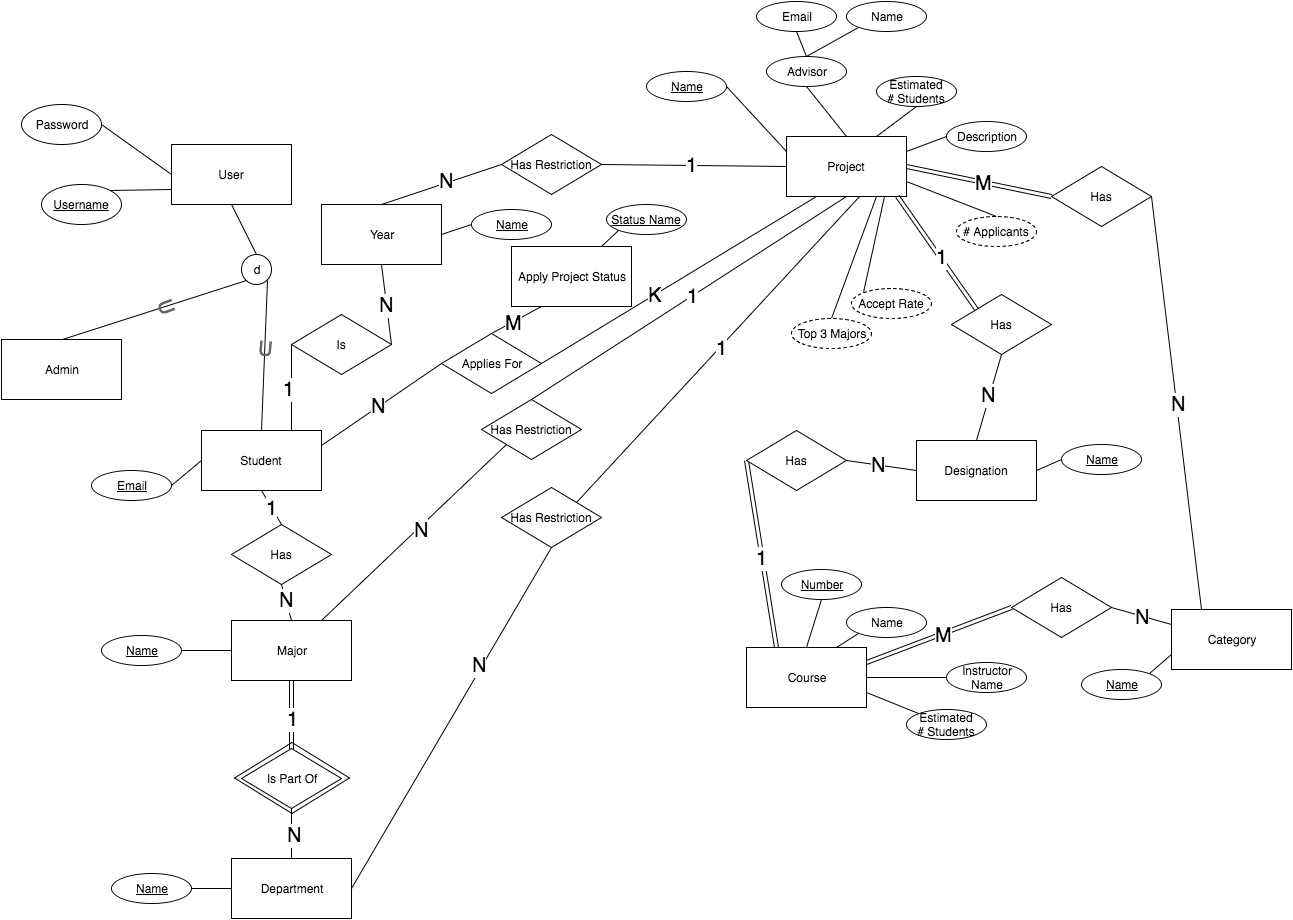
The draw.io diagram phase1/ER.png in lusean/CS4400-Project, before a commit. Source tidied: cells renumbered, new cells last; positions are measured from the earlier drawing's top-left corner, leaving out a move shared by most shapes.
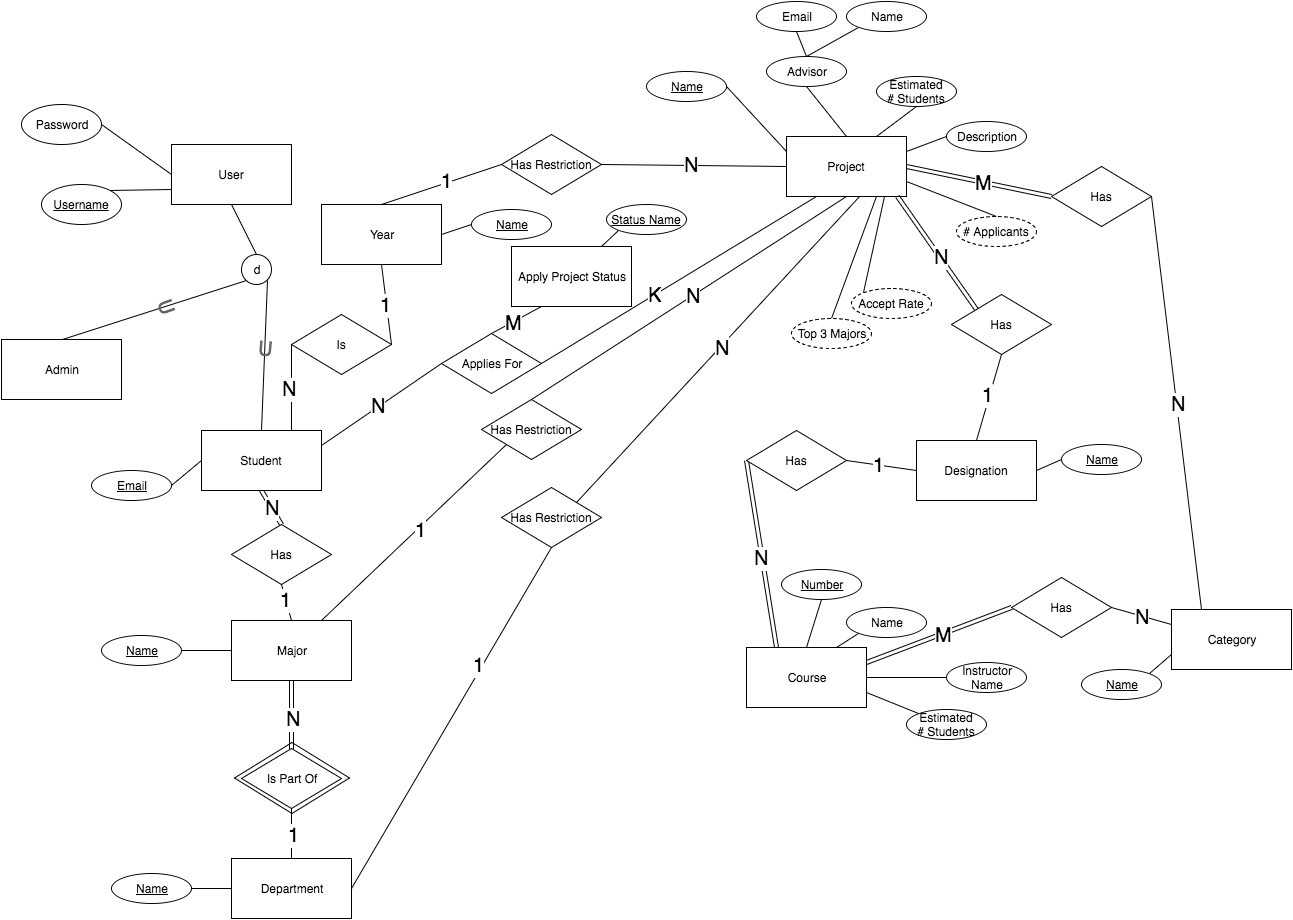
The same file after the commit.

The edit, as a diff of the source:
```diff
@@ -17,10 +17,10 @@
     <mxCell id="6" value="User" style="whiteSpace=wrap;html=1;" parent="1" vertex="1">
       <mxGeometry x="170" y="143" width="120" height="60" as="geometry" />
     </mxCell>
-    <mxCell id="7" style="edgeStyle=none;rounded=0;comic=0;html=1;exitX=0.5;exitY=1;entryX=0.5;entryY=0;shadow=0;endArrow=none;endFill=0;jettySize=auto;strokeColor=#000000;" parent="1" edge="1" source="13" target="33">
+    <mxCell id="7" style="edgeStyle=none;rounded=0;comic=0;html=1;exitX=0.5;exitY=1;entryX=0.5;entryY=0;shadow=0;endArrow=none;endFill=0;jettySize=auto;strokeColor=#000000;shape=link;" parent="1" edge="1" source="13" target="33">
       <mxGeometry relative="1" as="geometry" />
     </mxCell>
-    <mxCell id="8" value="1" style="text;html=1;align=center;verticalAlign=middle;labelBackgroundColor=#ffffff;fontSize=20;" parent="7" vertex="1">
+    <mxCell id="8" value="N" style="text;html=1;align=center;verticalAlign=middle;labelBackgroundColor=#ffffff;fontSize=20;" parent="7" vertex="1">
       <mxGeometry relative="1" as="geometry" />
     </mxCell>
     <mxCell id="9" style="edgeStyle=none;rounded=0;comic=0;html=1;exitX=1;exitY=0.25;entryX=0;entryY=0.5;shadow=0;endArrow=none;endFill=0;jettySize=auto;strokeColor=#000000;fontSize=12;" parent="1" edge="1" source="13" target="67">
@@ -32,7 +32,7 @@
     <mxCell id="11" style="edgeStyle=none;rounded=0;comic=0;html=1;exitX=0.75;exitY=0;entryX=0;entryY=0.5;shadow=0;endArrow=none;endFill=0;jettySize=auto;strokeColor=#000000;fontSize=12;" parent="1" edge="1" source="13" target="85">
       <mxGeometry relative="1" as="geometry" />
     </mxCell>
-    <mxCell id="12" value="1" style="text;html=1;align=center;verticalAlign=middle;labelBackgroundColor=#ffffff;fontSize=20;" parent="11" vertex="1">
+    <mxCell id="12" value="N" style="text;html=1;align=center;verticalAlign=middle;labelBackgroundColor=#ffffff;fontSize=20;" parent="11" vertex="1">
       <mxGeometry x="-0.03" y="3" relative="1" as="geometry" />
     </mxCell>
     <mxCell id="13" value="Student" style="whiteSpace=wrap;html=1;" parent="1" vertex="1">
@@ -84,13 +84,13 @@
     <mxCell id="26" style="edgeStyle=none;rounded=0;comic=0;html=1;exitX=0.5;exitY=1;entryX=0.5;entryY=0;shadow=0;endArrow=none;endFill=0;jettySize=auto;strokeColor=#000000;shape=link;" parent="1" edge="1" source="30" target="40">
       <mxGeometry relative="1" as="geometry" />
     </mxCell>
-    <mxCell id="27" value="1" style="text;html=1;align=center;verticalAlign=middle;labelBackgroundColor=#ffffff;fontSize=20;" parent="26" vertex="1">
+    <mxCell id="27" value="N" style="text;html=1;align=center;verticalAlign=middle;labelBackgroundColor=#ffffff;fontSize=20;" parent="26" vertex="1">
       <mxGeometry x="0.12" y="1" relative="1" as="geometry" />
     </mxCell>
     <mxCell id="28" style="edgeStyle=none;rounded=0;comic=0;html=1;exitX=0.75;exitY=0;entryX=0;entryY=1;shadow=0;endArrow=none;endFill=0;jettySize=auto;strokeColor=#000000;fontSize=12;" parent="1" edge="1" source="30" target="86">
       <mxGeometry relative="1" as="geometry" />
     </mxCell>
-    <mxCell id="29" value="N" style="text;html=1;align=center;verticalAlign=middle;labelBackgroundColor=#ffffff;fontSize=20;" parent="28" vertex="1">
+    <mxCell id="29" value="1" style="text;html=1;align=center;verticalAlign=middle;labelBackgroundColor=#ffffff;fontSize=20;" parent="28" vertex="1">
       <mxGeometry x="0.05" y="-3" relative="1" as="geometry" />
     </mxCell>
     <mxCell id="30" value="Major" style="whiteSpace=wrap;html=1;" parent="1" vertex="1">
@@ -99,7 +99,7 @@
     <mxCell id="31" style="edgeStyle=none;rounded=0;comic=0;html=1;exitX=0.5;exitY=1;entryX=0.5;entryY=0;shadow=0;endArrow=none;endFill=0;jettySize=auto;strokeColor=#000000;" parent="1" edge="1" source="33" target="30">
       <mxGeometry relative="1" as="geometry" />
     </mxCell>
-    <mxCell id="32" value="N" style="text;html=1;align=center;verticalAlign=middle;labelBackgroundColor=#ffffff;fontSize=20;" parent="31" vertex="1">
+    <mxCell id="32" value="1" style="text;html=1;align=center;verticalAlign=middle;labelBackgroundColor=#ffffff;fontSize=20;" parent="31" vertex="1">
       <mxGeometry x="-0.15" relative="1" as="geometry" />
     </mxCell>
     <mxCell id="33" value="Has" style="shape=rhombus;strokeWidth=1;fontSize=12;perimeter=rhombusPerimeter;whiteSpace=wrap;html=1;align=center;" parent="1" vertex="1">
@@ -114,7 +114,7 @@
     <mxCell id="35" style="edgeStyle=none;rounded=0;comic=0;html=1;exitX=1;exitY=0.5;entryX=0.5;entryY=1;shadow=0;endArrow=none;endFill=0;jettySize=auto;strokeColor=#000000;fontSize=12;" parent="1" edge="1" source="37" target="87">
       <mxGeometry relative="1" as="geometry" />
     </mxCell>
-    <mxCell id="36" value="N" style="text;html=1;align=center;verticalAlign=middle;labelBackgroundColor=#ffffff;fontSize=20;" parent="35" vertex="1">
+    <mxCell id="36" value="1" style="text;html=1;align=center;verticalAlign=middle;labelBackgroundColor=#ffffff;fontSize=20;" parent="35" vertex="1">
       <mxGeometry x="0.3" y="3" relative="1" as="geometry" />
     </mxCell>
     <mxCell id="37" value="Department" style="whiteSpace=wrap;html=1;" parent="1" vertex="1">
@@ -123,7 +123,7 @@
     <mxCell id="38" style="edgeStyle=none;rounded=0;comic=0;html=1;exitX=0.5;exitY=1;entryX=0.5;entryY=0;shadow=0;endArrow=none;endFill=0;jettySize=auto;strokeColor=#000000;" parent="1" edge="1" source="40" target="37">
       <mxGeometry relative="1" as="geometry" />
     </mxCell>
-    <mxCell id="39" value="N" style="text;html=1;align=center;verticalAlign=middle;labelBackgroundColor=#ffffff;fontSize=20;" parent="38" vertex="1">
+    <mxCell id="39" value="1" style="text;html=1;align=center;verticalAlign=middle;labelBackgroundColor=#ffffff;fontSize=20;" parent="38" vertex="1">
       <mxGeometry x="0.04" y="2" relative="1" as="geometry" />
     </mxCell>
     <mxCell id="40" value="Is Part Of" style="shape=rhombus;strokeWidth=1;fontSize=12;perimeter=rhombusPerimeter;whiteSpace=wrap;html=1;align=center;spacing=2;" parent="1" vertex="1">
@@ -152,13 +152,13 @@
     <mxCell id="47" style="edgeStyle=none;rounded=0;comic=0;html=1;exitX=0.5;exitY=1;entryX=0.5;entryY=0;shadow=0;endArrow=none;endFill=0;jettySize=auto;strokeColor=#000000;fontSize=12;" parent="1" edge="1" source="53" target="86">
       <mxGeometry relative="1" as="geometry" />
     </mxCell>
-    <mxCell id="48" value="1" style="text;html=1;align=center;verticalAlign=middle;labelBackgroundColor=#ffffff;fontSize=20;" parent="47" vertex="1">
+    <mxCell id="48" value="N" style="text;html=1;align=center;verticalAlign=middle;labelBackgroundColor=#ffffff;fontSize=20;" parent="47" vertex="1">
       <mxGeometry x="-0.02" relative="1" as="geometry" />
     </mxCell>
     <mxCell id="49" style="edgeStyle=none;rounded=0;comic=0;html=1;entryX=1;entryY=0;shadow=0;endArrow=none;endFill=0;jettySize=auto;strokeColor=#000000;fontSize=12;exitX=0.617;exitY=0.983;exitPerimeter=0;" parent="1" edge="1" source="53" target="87">
       <mxGeometry relative="1" as="geometry" />
     </mxCell>
-    <mxCell id="50" value="1" style="text;html=1;align=center;verticalAlign=middle;labelBackgroundColor=#ffffff;fontSize=20;" parent="49" vertex="1">
+    <mxCell id="50" value="N" style="text;html=1;align=center;verticalAlign=middle;labelBackgroundColor=#ffffff;fontSize=20;" parent="49" vertex="1">
       <mxGeometry x="-0.01" y="-4" relative="1" as="geometry">
         <mxPoint x="4" y="4" as="offset" />
       </mxGeometry>
@@ -226,7 +226,7 @@
     <mxCell id="71" style="edgeStyle=none;rounded=0;comic=0;html=1;exitX=0.25;exitY=0;entryX=0;entryY=0.5;shadow=0;endArrow=none;endFill=0;jettySize=auto;strokeColor=#000000;fontSize=12;shape=link;" parent="1" edge="1" source="74" target="120">
       <mxGeometry relative="1" as="geometry" />
     </mxCell>
-    <mxCell id="72" value="1" style="text;html=1;align=center;verticalAlign=middle;labelBackgroundColor=#ffffff;fontSize=20;" parent="71" vertex="1">
+    <mxCell id="72" value="N" style="text;html=1;align=center;verticalAlign=middle;labelBackgroundColor=#ffffff;fontSize=20;" parent="71" vertex="1">
       <mxGeometry x="-0.04" y="1" relative="1" as="geometry" />
     </mxCell>
     <mxCell id="73" style="edgeStyle=none;rounded=0;comic=0;html=1;exitX=1;exitY=0.75;entryX=0;entryY=0;shadow=0;endArrow=none;endFill=0;jettySize=auto;strokeColor=#000000;fontSize=12;" parent="1" edge="1" source="74" target="78">
@@ -250,7 +250,7 @@
     <mxCell id="79" style="edgeStyle=none;rounded=0;comic=0;html=1;exitX=0.5;exitY=0;entryX=0;entryY=0.5;shadow=0;endArrow=none;endFill=0;jettySize=auto;strokeColor=#000000;fontSize=12;" parent="1" edge="1" source="82" target="90">
       <mxGeometry relative="1" as="geometry" />
     </mxCell>
-    <mxCell id="80" value="N" style="text;html=1;align=center;verticalAlign=middle;labelBackgroundColor=#ffffff;fontSize=20;" parent="79" vertex="1">
+    <mxCell id="80" value="1" style="text;html=1;align=center;verticalAlign=middle;labelBackgroundColor=#ffffff;fontSize=20;" parent="79" vertex="1">
       <mxGeometry x="0.1" y="2" relative="1" as="geometry" />
     </mxCell>
     <mxCell id="81" style="edgeStyle=none;rounded=0;comic=0;html=1;exitX=1;exitY=0.5;entryX=0;entryY=0.5;shadow=0;endArrow=none;endFill=0;jettySize=auto;strokeColor=#000000;fontSize=20;" parent="1" edge="1" source="82" target="100">
@@ -262,7 +262,7 @@
     <mxCell id="83" style="edgeStyle=none;rounded=0;comic=0;html=1;exitX=1;exitY=0.5;entryX=0.5;entryY=1;shadow=0;endArrow=none;endFill=0;jettySize=auto;strokeColor=#000000;fontSize=12;" parent="1" edge="1" source="85" target="82">
       <mxGeometry relative="1" as="geometry" />
     </mxCell>
-    <mxCell id="84" value="N" style="text;html=1;align=center;verticalAlign=middle;labelBackgroundColor=#ffffff;fontSize=20;" parent="83" vertex="1">
+    <mxCell id="84" value="1" style="text;html=1;align=center;verticalAlign=middle;labelBackgroundColor=#ffffff;fontSize=20;" parent="83" vertex="1">
       <mxGeometry x="-0.02" y="1" relative="1" as="geometry" />
     </mxCell>
     <mxCell id="85" value="Is" style="shape=rhombus;strokeWidth=1;fontSize=12;perimeter=rhombusPerimeter;whiteSpace=wrap;html=1;align=center;" parent="1" vertex="1">
@@ -277,7 +277,7 @@
     <mxCell id="88" style="edgeStyle=none;rounded=0;comic=0;html=1;exitX=1;exitY=0.5;entryX=0;entryY=0.5;shadow=0;endArrow=none;endFill=0;jettySize=auto;strokeColor=#000000;fontSize=12;" parent="1" edge="1" source="90" target="53">
       <mxGeometry relative="1" as="geometry" />
     </mxCell>
-    <mxCell id="89" value="1" style="text;html=1;align=center;verticalAlign=middle;labelBackgroundColor=#ffffff;fontSize=20;" parent="88" vertex="1">
+    <mxCell id="89" value="N" style="text;html=1;align=center;verticalAlign=middle;labelBackgroundColor=#ffffff;fontSize=20;" parent="88" vertex="1">
       <mxGeometry x="-0.03" relative="1" as="geometry" />
     </mxCell>
     <mxCell id="90" value="Has Restriction" style="shape=rhombus;strokeWidth=1;fontSize=12;perimeter=rhombusPerimeter;whiteSpace=wrap;html=1;align=center;" parent="1" vertex="1">
@@ -356,7 +356,7 @@
     <mxCell id="113" style="edgeStyle=none;rounded=0;comic=0;html=1;exitX=0;exitY=0;entryX=0.925;entryY=1;entryPerimeter=0;shadow=0;endArrow=none;endFill=0;jettySize=auto;strokeColor=#000000;fontSize=20;shape=link;" parent="1" edge="1" source="117" target="53">
       <mxGeometry relative="1" as="geometry" />
     </mxCell>
-    <mxCell id="114" value="1" style="text;html=1;align=center;verticalAlign=middle;labelBackgroundColor=#ffffff;fontSize=20;" parent="113" vertex="1">
+    <mxCell id="114" value="N" style="text;html=1;align=center;verticalAlign=middle;labelBackgroundColor=#ffffff;fontSize=20;" parent="113" vertex="1">
       <mxGeometry x="-0.08" y="-2" relative="1" as="geometry">
         <mxPoint x="-1" as="offset" />
       </mxGeometry>
@@ -364,7 +364,7 @@
     <mxCell id="115" style="edgeStyle=none;rounded=0;comic=0;html=1;exitX=0.5;exitY=1;entryX=0.5;entryY=0;shadow=0;endArrow=none;endFill=0;jettySize=auto;strokeColor=#000000;fontSize=20;" parent="1" edge="1" source="117" target="110">
       <mxGeometry relative="1" as="geometry" />
     </mxCell>
-    <mxCell id="116" value="N" style="text;html=1;align=center;verticalAlign=middle;labelBackgroundColor=#ffffff;fontSize=20;" parent="115" vertex="1">
+    <mxCell id="116" value="1" style="text;html=1;align=center;verticalAlign=middle;labelBackgroundColor=#ffffff;fontSize=20;" parent="115" vertex="1">
       <mxGeometry x="-0.04" y="-2" relative="1" as="geometry" />
     </mxCell>
     <mxCell id="117" value="Has" style="shape=rhombus;strokeWidth=1;fontSize=12;perimeter=rhombusPerimeter;whiteSpace=wrap;html=1;align=center;" parent="1" vertex="1">
@@ -373,7 +373,7 @@
     <mxCell id="118" style="edgeStyle=none;rounded=0;comic=0;html=1;exitX=1;exitY=0.5;entryX=0;entryY=0.5;shadow=0;endArrow=none;endFill=0;jettySize=auto;strokeColor=#000000;fontSize=20;" parent="1" edge="1" source="120" target="110">
       <mxGeometry relative="1" as="geometry" />
     </mxCell>
-    <mxCell id="119" value="N" style="text;html=1;align=center;verticalAlign=middle;labelBackgroundColor=#ffffff;fontSize=20;" parent="118" vertex="1">
+    <mxCell id="119" value="1" style="text;html=1;align=center;verticalAlign=middle;labelBackgroundColor=#ffffff;fontSize=20;" parent="118" vertex="1">
       <mxGeometry x="-0.08" relative="1" as="geometry" />
     </mxCell>
     <mxCell id="120" value="Has" style="shape=rhombus;strokeWidth=1;fontSize=12;perimeter=rhombusPerimeter;whiteSpace=wrap;html=1;align=center;" parent="1" vertex="1">
```
